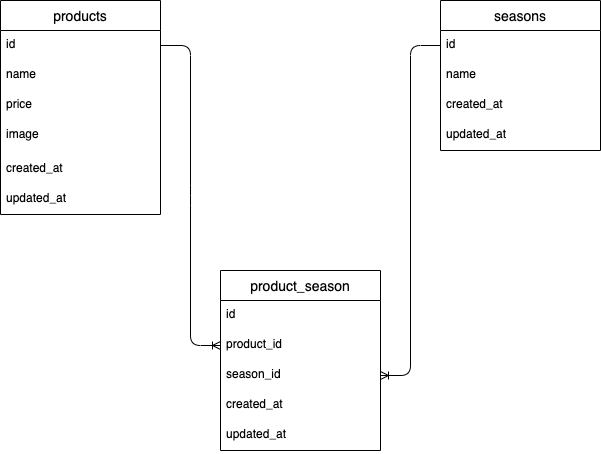
The draw.io diagram ER.drawio.png in Lemon253/Freshly_picked, before a commit. Source tidied: cells renumbered, new cells last; positions are measured from the earlier drawing's top-left corner, leaving out a move shared by most shapes. The source it was exported from:
```xml
<mxGraphModel>
  <root>
    <mxCell id="0" />
    <mxCell id="1" parent="0" />
    <mxCell id="2" value="products" style="swimlane;fontStyle=0;horizontal=1;startSize=30;align=center;fontSize=14;" parent="1" vertex="1">
      <mxGeometry width="160" height="214" as="geometry" />
    </mxCell>
    <mxCell id="3" value="id" style="text;strokeColor=none;fillColor=none;spacingLeft=4;spacingRight=4;overflow=hidden;points=[[0,0.5],[1,0.5]];portConstraint=eastwest;fontSize=12;whiteSpace=wrap;html=1;" parent="2" vertex="1">
      <mxGeometry y="30" width="160" height="30" as="geometry" />
    </mxCell>
    <mxCell id="4" value="name" style="text;strokeColor=none;fillColor=none;spacingLeft=4;spacingRight=4;overflow=hidden;fontSize=12;whiteSpace=wrap;html=1;" parent="2" vertex="1">
      <mxGeometry y="60" width="160" height="30" as="geometry" />
    </mxCell>
    <mxCell id="5" value="price" style="text;strokeColor=none;fillColor=none;spacingLeft=4;spacingRight=4;overflow=hidden;fontSize=12;whiteSpace=wrap;html=1;" parent="2" vertex="1">
      <mxGeometry y="90" width="160" height="30" as="geometry" />
    </mxCell>
    <mxCell id="6" value="image" style="text;spacingLeft=4;spacingRight=4;overflow=hidden;fontSize=12;whiteSpace=wrap;html=1;" parent="2" vertex="1">
      <mxGeometry y="120" width="160" height="34" as="geometry" />
    </mxCell>
    <mxCell id="7" value="created_at" style="text;strokeColor=none;fillColor=none;spacingLeft=4;spacingRight=4;overflow=hidden;fontSize=12;whiteSpace=wrap;html=1;" parent="2" vertex="1">
      <mxGeometry y="154" width="160" height="30" as="geometry" />
    </mxCell>
    <mxCell id="8" value="updated_at" style="text;strokeColor=none;fillColor=none;spacingLeft=4;spacingRight=4;overflow=hidden;fontSize=12;whiteSpace=wrap;html=1;" parent="2" vertex="1">
      <mxGeometry y="184" width="160" height="30" as="geometry" />
    </mxCell>
    <mxCell id="9" value="seasons" style="swimlane;fontStyle=0;horizontal=1;startSize=30;align=center;fontSize=14;" parent="1" vertex="1">
      <mxGeometry x="440" width="160" height="150" as="geometry" />
    </mxCell>
    <mxCell id="10" value="id" style="text;strokeColor=none;fillColor=none;spacingLeft=4;spacingRight=4;overflow=hidden;points=[[0,0.5],[1,0.5]];portConstraint=eastwest;fontSize=12;whiteSpace=wrap;html=1;" parent="9" vertex="1">
      <mxGeometry y="30" width="160" height="30" as="geometry" />
    </mxCell>
    <mxCell id="11" value="name" style="text;strokeColor=none;fillColor=none;spacingLeft=4;spacingRight=4;overflow=hidden;fontSize=12;whiteSpace=wrap;html=1;" parent="9" vertex="1">
      <mxGeometry y="60" width="160" height="30" as="geometry" />
    </mxCell>
    <mxCell id="12" value="created_at" style="text;strokeColor=none;fillColor=none;spacingLeft=4;spacingRight=4;overflow=hidden;fontSize=12;whiteSpace=wrap;html=1;" parent="9" vertex="1">
      <mxGeometry y="90" width="160" height="30" as="geometry" />
    </mxCell>
    <mxCell id="13" value="updated_at" style="text;strokeColor=none;fillColor=none;spacingLeft=4;spacingRight=4;overflow=hidden;fontSize=12;whiteSpace=wrap;html=1;" parent="9" vertex="1">
      <mxGeometry y="120" width="160" height="30" as="geometry" />
    </mxCell>
    <mxCell id="14" value="product_season" style="swimlane;fontStyle=0;horizontal=1;startSize=30;align=center;fontSize=14;" parent="1" vertex="1">
      <mxGeometry x="220" y="270" width="160" height="180" as="geometry" />
    </mxCell>
    <mxCell id="15" value="id" style="text;strokeColor=none;fillColor=none;spacingLeft=4;spacingRight=4;overflow=hidden;fontSize=12;whiteSpace=wrap;html=1;" parent="14" vertex="1">
      <mxGeometry y="30" width="160" height="30" as="geometry" />
    </mxCell>
    <mxCell id="16" value="product_id" style="text;strokeColor=none;fillColor=none;spacingLeft=4;spacingRight=4;overflow=hidden;points=[[0,0.5],[1,0.5]];portConstraint=eastwest;fontSize=12;whiteSpace=wrap;html=1;" parent="14" vertex="1">
      <mxGeometry y="60" width="160" height="30" as="geometry" />
    </mxCell>
    <mxCell id="17" value="season_id" style="text;strokeColor=none;fillColor=none;spacingLeft=4;spacingRight=4;overflow=hidden;points=[[0,0.5],[1,0.5]];portConstraint=eastwest;fontSize=12;whiteSpace=wrap;html=1;" parent="14" vertex="1">
      <mxGeometry y="90" width="160" height="30" as="geometry" />
    </mxCell>
    <mxCell id="18" value="created_at" style="text;strokeColor=none;fillColor=none;spacingLeft=4;spacingRight=4;overflow=hidden;fontSize=12;whiteSpace=wrap;html=1;" parent="14" vertex="1">
      <mxGeometry y="120" width="160" height="30" as="geometry" />
    </mxCell>
    <mxCell id="19" value="updated_at" style="text;strokeColor=none;fillColor=none;spacingLeft=4;spacingRight=4;overflow=hidden;fontSize=12;whiteSpace=wrap;html=1;" parent="14" vertex="1">
      <mxGeometry y="150" width="160" height="30" as="geometry" />
    </mxCell>
    <mxCell id="20" style="edgeStyle=entityRelationEdgeStyle;fontSize=12;html=1;endArrow=ERoneToMany;exitX=1;exitY=0.5;exitDx=0;exitDy=0;entryX=0;entryY=0.5;entryDx=0;entryDy=0;" parent="1" edge="1" source="3" target="16">
      <mxGeometry relative="1" as="geometry">
        <Array as="points">
          <mxPoint x="220" y="140" />
          <mxPoint x="320" y="120" />
        </Array>
      </mxGeometry>
    </mxCell>
    <mxCell id="21" style="edgeStyle=entityRelationEdgeStyle;fontSize=12;html=1;endArrow=ERoneToMany;entryX=1;entryY=0.5;entryDx=0;entryDy=0;exitX=0;exitY=0.5;exitDx=0;exitDy=0;" parent="1" edge="1" source="10" target="17">
      <mxGeometry relative="1" as="geometry">
        <Array as="points">
          <mxPoint x="270" y="335" />
        </Array>
      </mxGeometry>
    </mxCell>
  </root>
</mxGraphModel>
```
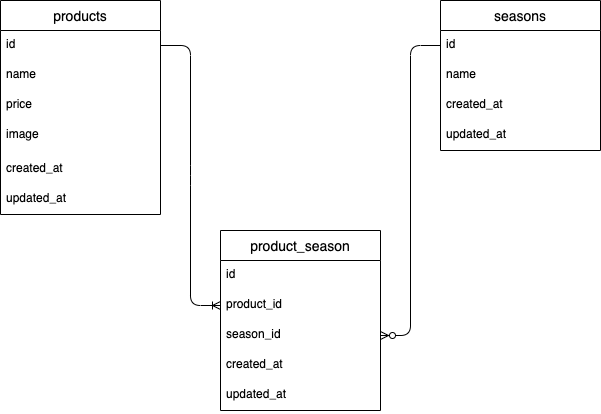
The same file after the commit.

What changed in the source:
```diff
@@ -39,7 +39,7 @@
       <mxGeometry y="120" width="160" height="30" as="geometry" />
     </mxCell>
     <mxCell id="14" value="product_season" style="swimlane;fontStyle=0;horizontal=1;startSize=30;align=center;fontSize=14;" parent="1" vertex="1">
-      <mxGeometry x="220" y="270" width="160" height="180" as="geometry" />
+      <mxGeometry x="220" y="230" width="160" height="180" as="geometry" />
     </mxCell>
     <mxCell id="15" value="id" style="text;strokeColor=none;fillColor=none;spacingLeft=4;spacingRight=4;overflow=hidden;fontSize=12;whiteSpace=wrap;html=1;" parent="14" vertex="1">
       <mxGeometry y="30" width="160" height="30" as="geometry" />
@@ -57,17 +57,12 @@
       <mxGeometry y="150" width="160" height="30" as="geometry" />
     </mxCell>
     <mxCell id="20" style="edgeStyle=entityRelationEdgeStyle;fontSize=12;html=1;endArrow=ERoneToMany;exitX=1;exitY=0.5;exitDx=0;exitDy=0;entryX=0;entryY=0.5;entryDx=0;entryDy=0;" parent="1" edge="1" source="3" target="16">
-      <mxGeometry relative="1" as="geometry">
-        <Array as="points">
-          <mxPoint x="220" y="140" />
-          <mxPoint x="320" y="120" />
-        </Array>
-      </mxGeometry>
+      <mxGeometry relative="1" as="geometry" />
     </mxCell>
-    <mxCell id="21" style="edgeStyle=entityRelationEdgeStyle;fontSize=12;html=1;endArrow=ERoneToMany;entryX=1;entryY=0.5;entryDx=0;entryDy=0;exitX=0;exitY=0.5;exitDx=0;exitDy=0;" parent="1" edge="1" source="10" target="17">
+    <mxCell id="21" style="edgeStyle=entityRelationEdgeStyle;fontSize=12;html=1;endArrow=ERzeroToMany;endFill=1;exitX=0;exitY=0.5;exitDx=0;exitDy=0;entryX=1;entryY=0.5;entryDx=0;entryDy=0;" parent="1" edge="1" source="10" target="17">
       <mxGeometry relative="1" as="geometry">
         <Array as="points">
-          <mxPoint x="270" y="335" />
+          <mxPoint x="450" y="280" />
         </Array>
       </mxGeometry>
     </mxCell>
```
